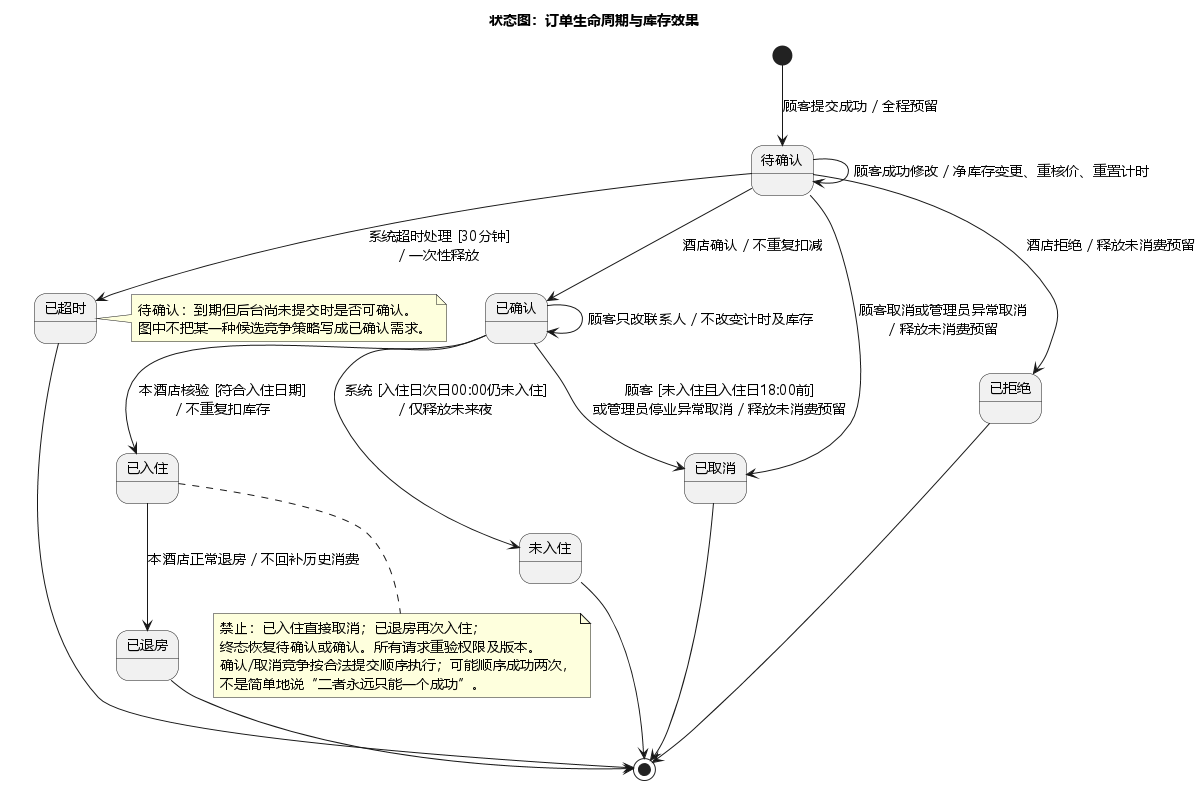
bear0327/software-engineering-lab keeps this PlantUML diagram as LAB2/实验2_241820122_商世雄/UML/05_订单状态图.png. Above is the earlier version. Its diagram source:
```plantuml
@startuml
title 状态图：订单生命周期与库存效果
skinparam defaultFontName Microsoft YaHei
skinparam defaultFontSize 14
skinparam shadowing false
skinparam backgroundColor white
state "待确认" as Pending
state "已确认" as Confirmed
state "已入住" as CheckedIn
state "已退房" as CheckedOut
state "已取消" as Cancelled
state "已拒绝" as Rejected
state "已超时" as Expired
state "未入住" as NoShow
[*] --> Pending : 顾客提交成功 / 全程预留
Pending --> Pending : 顾客成功修改 / 净库存变更、重核价、重置计时
Pending --> Confirmed : 酒店确认 / 不重复扣减
Pending --> Rejected : 酒店拒绝 / 释放未消费预留
Pending --> Cancelled : 顾客取消或管理员异常取消\n/ 释放未消费预留
Pending --> Expired : 系统超时处理 [30分钟]\n/ 一次性释放
Confirmed --> Confirmed : 顾客只改联系人 / 不改变计时及库存
Confirmed --> CheckedIn : 本酒店核验 [符合入住日期]\n/ 不重复扣库存
Confirmed --> Cancelled : 顾客 [未入住且入住日18:00前]\n或管理员停业异常取消 / 释放未消费预留
Confirmed --> NoShow : 系统 [入住日次日00:00仍未入住]\n/ 仅释放未来夜
CheckedIn --> CheckedOut : 本酒店正常退房 / 不回补历史消费
CheckedOut --> [*]
Cancelled --> [*]
Rejected --> [*]
Expired --> [*]
NoShow --> [*]
note right of Expired
待确认：到期但后台尚未提交时是否可确认。
图中不把某一种候选竞争策略写成已确认需求。
end note
note bottom of CheckedIn
禁止：已入住直接取消；已退房再次入住；
终态恢复待确认或确认。所有请求重验权限及版本。
确认/取消竞争按合法提交顺序执行；可能顺序成功两次，
不是简单地说“二者永远只能一个成功”。
end note
@enduml
```
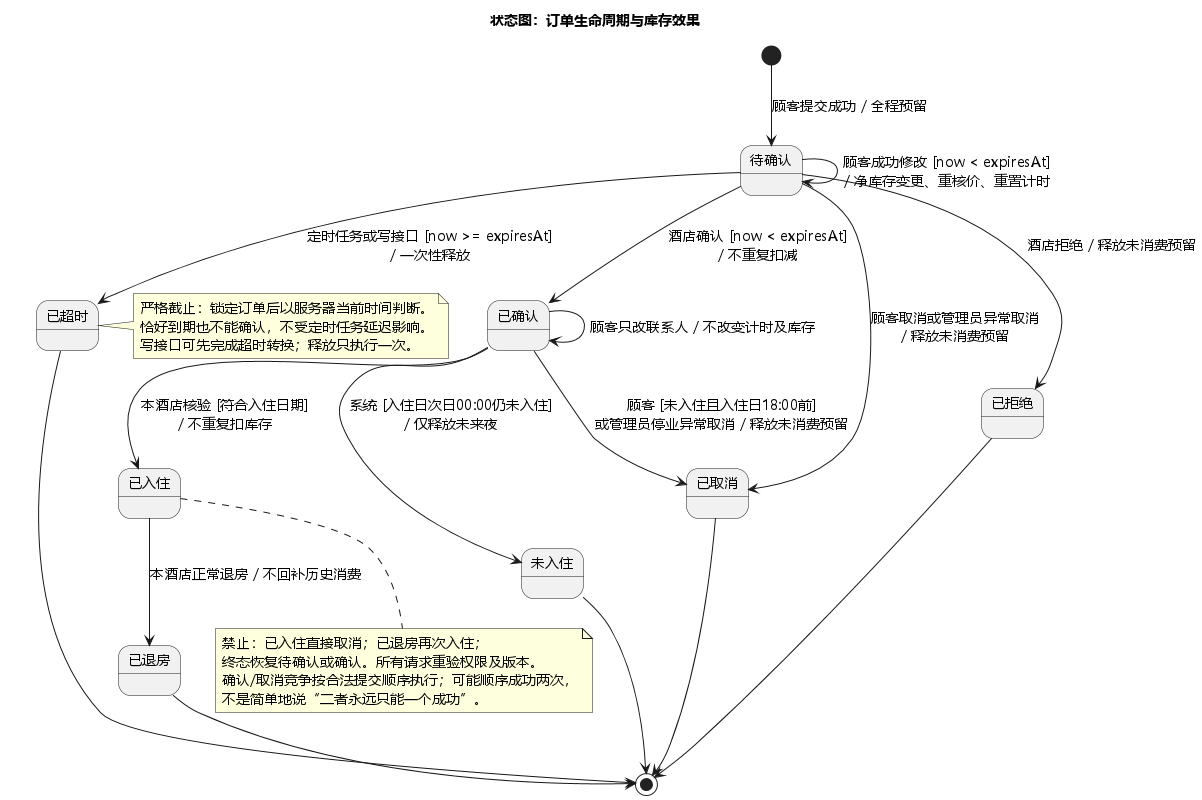
After the change.

Change to the diagram source:
```diff
@@ -13,11 +13,11 @@
 state "已超时" as Expired
 state "未入住" as NoShow
 [*] --> Pending : 顾客提交成功 / 全程预留
-Pending --> Pending : 顾客成功修改 / 净库存变更、重核价、重置计时
-Pending --> Confirmed : 酒店确认 / 不重复扣减
+Pending --> Pending : 顾客成功修改 [now < expiresAt]\n/ 净库存变更、重核价、重置计时
+Pending --> Confirmed : 酒店确认 [now < expiresAt]\n/ 不重复扣减
 Pending --> Rejected : 酒店拒绝 / 释放未消费预留
 Pending --> Cancelled : 顾客取消或管理员异常取消\n/ 释放未消费预留
-Pending --> Expired : 系统超时处理 [30分钟]\n/ 一次性释放
+Pending --> Expired : 定时任务或写接口 [now >= expiresAt]\n/ 一次性释放
 Confirmed --> Confirmed : 顾客只改联系人 / 不改变计时及库存
 Confirmed --> CheckedIn : 本酒店核验 [符合入住日期]\n/ 不重复扣库存
 Confirmed --> Cancelled : 顾客 [未入住且入住日18:00前]\n或管理员停业异常取消 / 释放未消费预留
@@ -29,8 +29,9 @@
 Expired --> [*]
 NoShow --> [*]
 note right of Expired
-待确认：到期但后台尚未提交时是否可确认。
-图中不把某一种候选竞争策略写成已确认需求。
+严格截止：锁定订单后以服务器当前时间判断。
+恰好到期也不能确认，不受定时任务延迟影响。
+写接口可先完成超时转换；释放只执行一次。
 end note
 note bottom of CheckedIn
 禁止：已入住直接取消；已退房再次入住；
```
